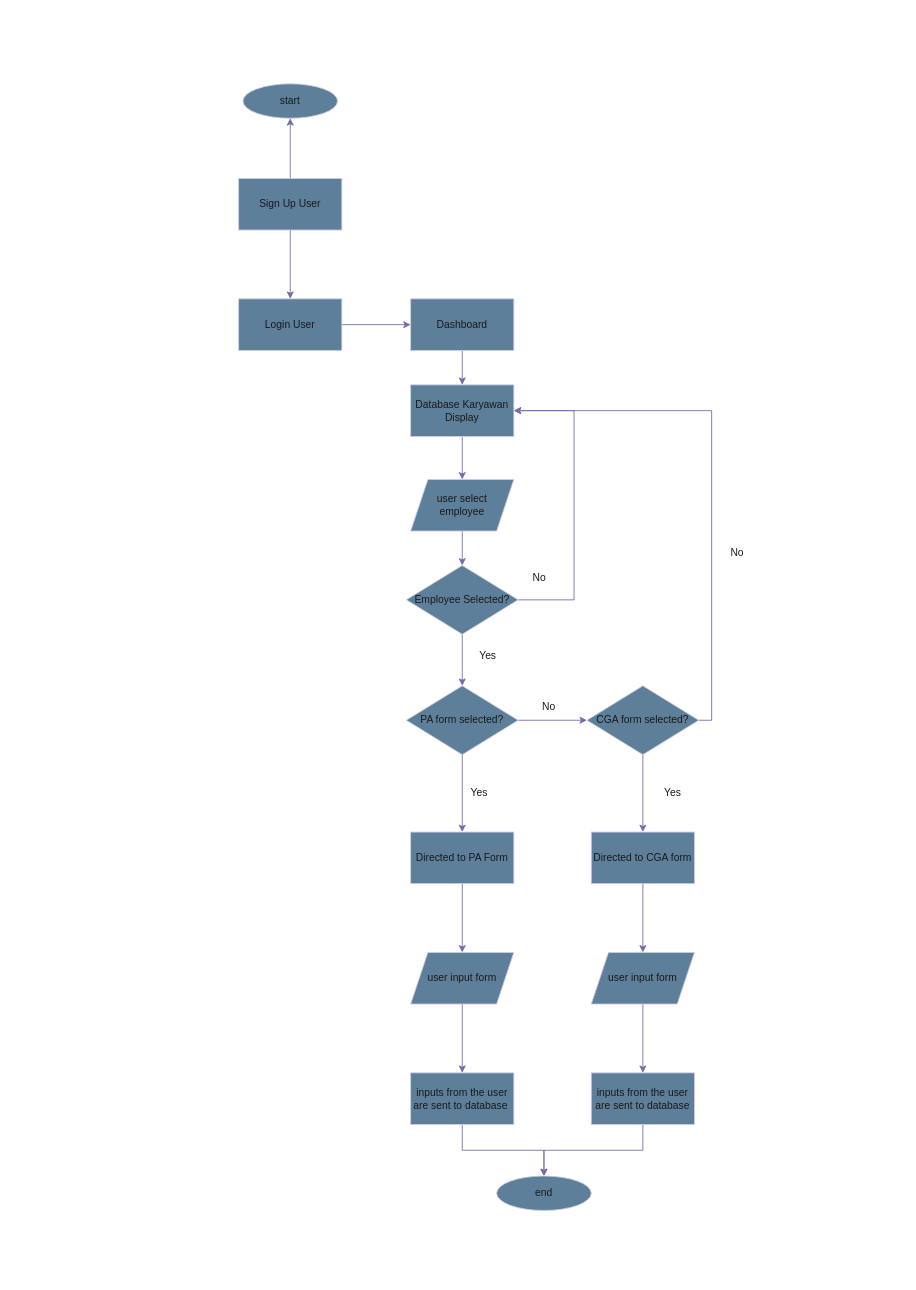
Earlier version of the draw.io diagram sistem-diagram.drawio (jezreelkosasih/diagram). Source tidied: cells renumbered, new cells numbered last; positions are measured from the earlier drawing's top-left corner, leaving out a move shared by most shapes. Both pictures are drawn from the tidied source at 86%, with x=0, y=0 at pixel (118, 15).
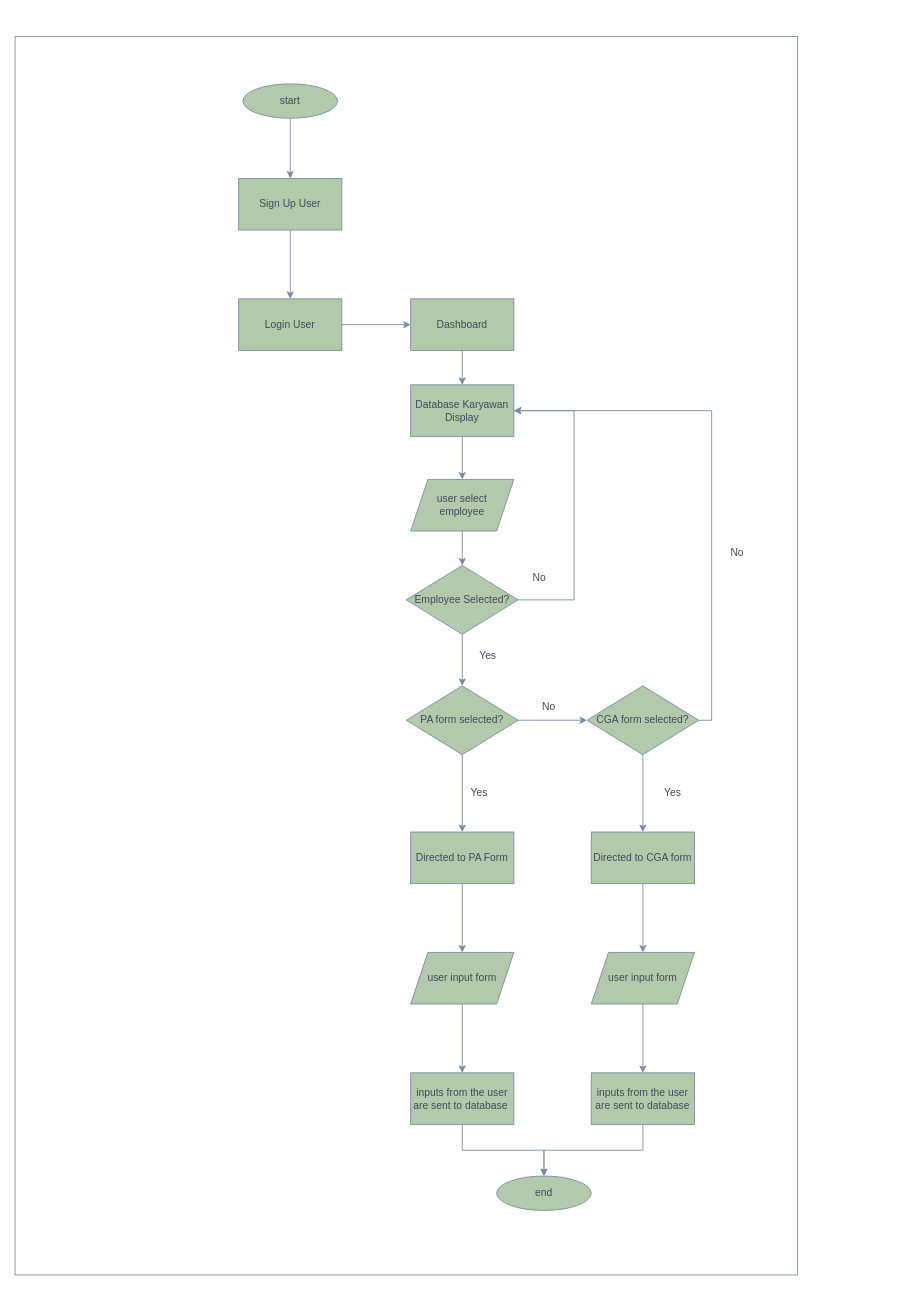
The same page after the edit.

What changed in the source:
```diff
@@
-    <mxCell id="2" style="edgeStyle=orthogonalEdgeStyle;rounded=0;jettySize=auto;html=1;labelBackgroundColor=none;strokeColor=#736CA8;fontColor=default;" parent="1" edge="1" source="4" target="6">
+    <mxCell id="2" style="edgeStyle=orthogonalEdgeStyle;rounded=0;jettySize=auto;html=1;labelBackgroundColor=none;strokeColor=#788AA3;fontColor=default;" parent="1" edge="1" source="4" target="6">
       <mxGeometry relative="1" as="geometry" />
     </mxCell>
-    <mxCell id="3" style="edgeStyle=orthogonalEdgeStyle;rounded=0;jettySize=auto;html=1;labelBackgroundColor=none;strokeColor=#736CA8;fontColor=default;" parent="1" edge="1" source="4" target="32">
-      <mxGeometry relative="1" as="geometry" />
-    </mxCell>
-    <mxCell id="4" value="Sign Up User" style="rounded=0;whiteSpace=wrap;html=1;labelBackgroundColor=none;fillColor=#5D7F99;strokeColor=#D0CEE2;fontColor=#1A1A1A;" parent="1" vertex="1">
+    <mxCell id="4" value="Sign Up User" style="rounded=0;whiteSpace=wrap;html=1;labelBackgroundColor=none;fillColor=#B2C9AB;strokeColor=#788AA3;fontColor=#46495D;" parent="1" vertex="1">
       <mxGeometry x="140" y="190" width="120" height="60" as="geometry" />
     </mxCell>
-    <mxCell id="5" style="edgeStyle=orthogonalEdgeStyle;rounded=0;jettySize=auto;html=1;labelBackgroundColor=none;strokeColor=#736CA8;fontColor=default;" parent="1" edge="1" source="6" target="8">
+    <mxCell id="5" style="edgeStyle=orthogonalEdgeStyle;rounded=0;jettySize=auto;html=1;labelBackgroundColor=none;strokeColor=#788AA3;fontColor=default;" parent="1" edge="1" source="6" target="8">
       <mxGeometry relative="1" as="geometry" />
     </mxCell>
-    <mxCell id="6" value="Login User" style="rounded=0;whiteSpace=wrap;html=1;labelBackgroundColor=none;fillColor=#5D7F99;strokeColor=#D0CEE2;fontColor=#1A1A1A;" parent="1" vertex="1">
+    <mxCell id="6" value="Login User" style="rounded=0;whiteSpace=wrap;html=1;labelBackgroundColor=none;fillColor=#B2C9AB;strokeColor=#788AA3;fontColor=#46495D;" parent="1" vertex="1">
       <mxGeometry x="140" y="330" width="120" height="60" as="geometry" />
     </mxCell>
-    <mxCell id="7" style="edgeStyle=orthogonalEdgeStyle;rounded=0;jettySize=auto;html=1;labelBackgroundColor=none;strokeColor=#736CA8;fontColor=default;" parent="1" edge="1" source="8" target="10">
+    <mxCell id="7" style="edgeStyle=orthogonalEdgeStyle;rounded=0;jettySize=auto;html=1;labelBackgroundColor=none;strokeColor=#788AA3;fontColor=default;" parent="1" edge="1" source="8" target="10">
       <mxGeometry relative="1" as="geometry" />
     </mxCell>
-    <mxCell id="8" value="Dashboard" style="rounded=0;whiteSpace=wrap;html=1;labelBackgroundColor=none;fillColor=#5D7F99;strokeColor=#D0CEE2;fontColor=#1A1A1A;" parent="1" vertex="1">
+    <mxCell id="8" value="Dashboard" style="rounded=0;whiteSpace=wrap;html=1;labelBackgroundColor=none;fillColor=#B2C9AB;strokeColor=#788AA3;fontColor=#46495D;" parent="1" vertex="1">
       <mxGeometry x="340" y="330" width="120" height="60" as="geometry" />
     </mxCell>
-    <mxCell id="9" style="edgeStyle=orthogonalEdgeStyle;rounded=0;jettySize=auto;html=1;labelBackgroundColor=none;strokeColor=#736CA8;fontColor=default;" parent="1" edge="1" source="10" target="35">
+    <mxCell id="9" style="edgeStyle=orthogonalEdgeStyle;rounded=0;jettySize=auto;html=1;labelBackgroundColor=none;strokeColor=#788AA3;fontColor=default;" parent="1" edge="1" source="10" target="35">
       <mxGeometry relative="1" as="geometry" />
     </mxCell>
-    <mxCell id="10" value="Database Karyawan Display" style="rounded=0;whiteSpace=wrap;html=1;labelBackgroundColor=none;fillColor=#5D7F99;strokeColor=#D0CEE2;fontColor=#1A1A1A;" parent="1" vertex="1">
+    <mxCell id="10" value="Database Karyawan Display" style="rounded=0;whiteSpace=wrap;html=1;labelBackgroundColor=none;fillColor=#B2C9AB;strokeColor=#788AA3;fontColor=#46495D;" parent="1" vertex="1">
       <mxGeometry x="340" y="430" width="120" height="60" as="geometry" />
     </mxCell>
-    <mxCell id="11" style="edgeStyle=orthogonalEdgeStyle;rounded=0;jettySize=auto;html=1;labelBackgroundColor=none;strokeColor=#736CA8;fontColor=default;" parent="1" edge="1" source="13" target="16">
+    <mxCell id="11" style="edgeStyle=orthogonalEdgeStyle;rounded=0;jettySize=auto;html=1;labelBackgroundColor=none;strokeColor=#788AA3;fontColor=default;" parent="1" edge="1" source="13" target="16">
       <mxGeometry relative="1" as="geometry" />
     </mxCell>
-    <mxCell id="12" style="edgeStyle=orthogonalEdgeStyle;rounded=0;jettySize=auto;html=1;entryX=1;entryY=0.5;entryDx=0;entryDy=0;labelBackgroundColor=none;strokeColor=#736CA8;fontColor=default;" parent="1" edge="1" source="13" target="10">
+    <mxCell id="12" style="edgeStyle=orthogonalEdgeStyle;rounded=0;jettySize=auto;html=1;entryX=1;entryY=0.5;entryDx=0;entryDy=0;labelBackgroundColor=none;strokeColor=#788AA3;fontColor=default;" parent="1" edge="1" source="13" target="10">
       <mxGeometry relative="1" as="geometry">
         <Array as="points">
           <mxPoint x="530" y="680" />
           <mxPoint x="530" y="460" />
         </Array>
       </mxGeometry>
     </mxCell>
-    <mxCell id="13" value="Employee Selected?" style="rhombus;whiteSpace=wrap;html=1;rounded=0;labelBackgroundColor=none;fillColor=#5D7F99;strokeColor=#D0CEE2;fontColor=#1A1A1A;" parent="1" vertex="1">
+    <mxCell id="13" value="Employee Selected?" style="rhombus;whiteSpace=wrap;html=1;rounded=0;labelBackgroundColor=none;fillColor=#B2C9AB;strokeColor=#788AA3;fontColor=#46495D;" parent="1" vertex="1">
       <mxGeometry x="335" y="640" width="130" height="80" as="geometry" />
     </mxCell>
-    <mxCell id="14" style="edgeStyle=orthogonalEdgeStyle;rounded=0;jettySize=auto;html=1;labelBackgroundColor=none;strokeColor=#736CA8;fontColor=default;" parent="1" edge="1" source="16" target="19">
+    <mxCell id="14" style="edgeStyle=orthogonalEdgeStyle;rounded=0;jettySize=auto;html=1;labelBackgroundColor=none;strokeColor=#788AA3;fontColor=default;" parent="1" edge="1" source="16" target="19">
       <mxGeometry relative="1" as="geometry" />
     </mxCell>
-    <mxCell id="15" style="edgeStyle=orthogonalEdgeStyle;rounded=0;jettySize=auto;html=1;labelBackgroundColor=none;strokeColor=#736CA8;fontColor=default;" parent="1" edge="1" source="16" target="21">
+    <mxCell id="15" style="edgeStyle=orthogonalEdgeStyle;rounded=0;jettySize=auto;html=1;labelBackgroundColor=none;strokeColor=#788AA3;fontColor=default;" parent="1" edge="1" source="16" target="21">
       <mxGeometry relative="1" as="geometry" />
     </mxCell>
-    <mxCell id="16" value="PA form selected?" style="rhombus;whiteSpace=wrap;html=1;rounded=0;labelBackgroundColor=none;fillColor=#5D7F99;strokeColor=#D0CEE2;fontColor=#1A1A1A;" parent="1" vertex="1">
+    <mxCell id="16" value="PA form selected?" style="rhombus;whiteSpace=wrap;html=1;rounded=0;labelBackgroundColor=none;fillColor=#B2C9AB;strokeColor=#788AA3;fontColor=#46495D;" parent="1" vertex="1">
       <mxGeometry x="335" y="780" width="130" height="80" as="geometry" />
     </mxCell>
-    <mxCell id="17" style="edgeStyle=orthogonalEdgeStyle;rounded=0;jettySize=auto;html=1;labelBackgroundColor=none;strokeColor=#736CA8;fontColor=default;" parent="1" edge="1" source="19" target="23">
+    <mxCell id="17" style="edgeStyle=orthogonalEdgeStyle;rounded=0;jettySize=auto;html=1;labelBackgroundColor=none;strokeColor=#788AA3;fontColor=default;" parent="1" edge="1" source="19" target="23">
       <mxGeometry relative="1" as="geometry" />
     </mxCell>
-    <mxCell id="18" style="edgeStyle=orthogonalEdgeStyle;rounded=0;jettySize=auto;html=1;entryX=1;entryY=0.5;entryDx=0;entryDy=0;labelBackgroundColor=none;strokeColor=#736CA8;fontColor=default;" parent="1" edge="1" source="19" target="10">
+    <mxCell id="18" style="edgeStyle=orthogonalEdgeStyle;rounded=0;jettySize=auto;html=1;entryX=1;entryY=0.5;entryDx=0;entryDy=0;labelBackgroundColor=none;strokeColor=#788AA3;fontColor=default;" parent="1" edge="1" source="19" target="10">
       <mxGeometry relative="1" as="geometry">
         <Array as="points">
           <mxPoint x="690" y="820" />
           <mxPoint x="690" y="460" />
         </Array>
       </mxGeometry>
     </mxCell>
-    <mxCell id="19" value="CGA form selected?" style="rhombus;whiteSpace=wrap;html=1;rounded=0;labelBackgroundColor=none;fillColor=#5D7F99;strokeColor=#D0CEE2;fontColor=#1A1A1A;" parent="1" vertex="1">
+    <mxCell id="19" value="CGA form selected?" style="rhombus;whiteSpace=wrap;html=1;rounded=0;labelBackgroundColor=none;fillColor=#B2C9AB;strokeColor=#788AA3;fontColor=#46495D;" parent="1" vertex="1">
       <mxGeometry x="545" y="780" width="130" height="80" as="geometry" />
     </mxCell>
-    <mxCell id="20" style="edgeStyle=orthogonalEdgeStyle;rounded=0;jettySize=auto;html=1;labelBackgroundColor=none;strokeColor=#736CA8;fontColor=default;" parent="1" edge="1" source="21" target="25">
+    <mxCell id="20" style="edgeStyle=orthogonalEdgeStyle;rounded=0;jettySize=auto;html=1;labelBackgroundColor=none;strokeColor=#788AA3;fontColor=default;" parent="1" edge="1" source="21" target="25">
       <mxGeometry relative="1" as="geometry" />
     </mxCell>
-    <mxCell id="21" value="Directed to PA Form" style="whiteSpace=wrap;html=1;rounded=0;labelBackgroundColor=none;fillColor=#5D7F99;strokeColor=#D0CEE2;fontColor=#1A1A1A;" parent="1" vertex="1">
+    <mxCell id="21" value="Directed to PA Form" style="whiteSpace=wrap;html=1;rounded=0;labelBackgroundColor=none;fillColor=#B2C9AB;strokeColor=#788AA3;fontColor=#46495D;" parent="1" vertex="1">
       <mxGeometry x="340" y="950" width="120" height="60" as="geometry" />
     </mxCell>
-    <mxCell id="22" style="edgeStyle=orthogonalEdgeStyle;rounded=0;jettySize=auto;html=1;labelBackgroundColor=none;strokeColor=#736CA8;fontColor=default;" parent="1" edge="1" source="23" target="27">
+    <mxCell id="22" style="edgeStyle=orthogonalEdgeStyle;rounded=0;jettySize=auto;html=1;labelBackgroundColor=none;strokeColor=#788AA3;fontColor=default;" parent="1" edge="1" source="23" target="27">
       <mxGeometry relative="1" as="geometry" />
     </mxCell>
-    <mxCell id="23" value="Directed to CGA form" style="whiteSpace=wrap;html=1;rounded=0;labelBackgroundColor=none;fillColor=#5D7F99;strokeColor=#D0CEE2;fontColor=#1A1A1A;" parent="1" vertex="1">
+    <mxCell id="23" value="Directed to CGA form" style="whiteSpace=wrap;html=1;rounded=0;labelBackgroundColor=none;fillColor=#B2C9AB;strokeColor=#788AA3;fontColor=#46495D;" parent="1" vertex="1">
       <mxGeometry x="550" y="950" width="120" height="60" as="geometry" />
     </mxCell>
-    <mxCell id="24" style="edgeStyle=orthogonalEdgeStyle;rounded=0;jettySize=auto;html=1;labelBackgroundColor=none;strokeColor=#736CA8;fontColor=default;" parent="1" edge="1" source="25" target="29">
+    <mxCell id="24" style="edgeStyle=orthogonalEdgeStyle;rounded=0;jettySize=auto;html=1;labelBackgroundColor=none;strokeColor=#788AA3;fontColor=default;" parent="1" edge="1" source="25" target="29">
       <mxGeometry relative="1" as="geometry" />
     </mxCell>
-    <mxCell id="25" value="user input form" style="shape=parallelogram;perimeter=parallelogramPerimeter;whiteSpace=wrap;html=1;fixedSize=1;rounded=0;labelBackgroundColor=none;fillColor=#5D7F99;strokeColor=#D0CEE2;fontColor=#1A1A1A;" parent="1" vertex="1">
+    <mxCell id="25" value="user input form" style="shape=parallelogram;perimeter=parallelogramPerimeter;whiteSpace=wrap;html=1;fixedSize=1;rounded=0;labelBackgroundColor=none;fillColor=#B2C9AB;strokeColor=#788AA3;fontColor=#46495D;" parent="1" vertex="1">
       <mxGeometry x="340" y="1090" width="120" height="60" as="geometry" />
     </mxCell>
-    <mxCell id="26" style="edgeStyle=orthogonalEdgeStyle;rounded=0;jettySize=auto;html=1;labelBackgroundColor=none;strokeColor=#736CA8;fontColor=default;" parent="1" edge="1" source="27" target="31">
+    <mxCell id="26" style="edgeStyle=orthogonalEdgeStyle;rounded=0;jettySize=auto;html=1;labelBackgroundColor=none;strokeColor=#788AA3;fontColor=default;" parent="1" edge="1" source="27" target="31">
       <mxGeometry relative="1" as="geometry" />
     </mxCell>
-    <mxCell id="27" value="user input form" style="shape=parallelogram;perimeter=parallelogramPerimeter;whiteSpace=wrap;html=1;fixedSize=1;rounded=0;labelBackgroundColor=none;fillColor=#5D7F99;strokeColor=#D0CEE2;fontColor=#1A1A1A;" parent="1" vertex="1">
+    <mxCell id="27" value="user input form" style="shape=parallelogram;perimeter=parallelogramPerimeter;whiteSpace=wrap;html=1;fixedSize=1;rounded=0;labelBackgroundColor=none;fillColor=#B2C9AB;strokeColor=#788AA3;fontColor=#46495D;" parent="1" vertex="1">
       <mxGeometry x="550" y="1090" width="120" height="60" as="geometry" />
     </mxCell>
-    <mxCell id="28" style="edgeStyle=orthogonalEdgeStyle;rounded=0;jettySize=auto;html=1;labelBackgroundColor=none;strokeColor=#736CA8;fontColor=default;" parent="1" edge="1" source="29" target="33">
+    <mxCell id="28" style="edgeStyle=orthogonalEdgeStyle;rounded=0;jettySize=auto;html=1;labelBackgroundColor=none;strokeColor=#788AA3;fontColor=default;" parent="1" edge="1" source="29" target="33">
       <mxGeometry relative="1" as="geometry" />
     </mxCell>
-    <mxCell id="29" value="inputs from the user are sent to database&amp;nbsp;" style="whiteSpace=wrap;html=1;rounded=0;labelBackgroundColor=none;fillColor=#5D7F99;strokeColor=#D0CEE2;fontColor=#1A1A1A;" parent="1" vertex="1">
+    <mxCell id="29" value="inputs from the user are sent to database&amp;nbsp;" style="whiteSpace=wrap;html=1;rounded=0;labelBackgroundColor=none;fillColor=#B2C9AB;strokeColor=#788AA3;fontColor=#46495D;" parent="1" vertex="1">
       <mxGeometry x="340" y="1230" width="120" height="60" as="geometry" />
     </mxCell>
-    <mxCell id="30" style="edgeStyle=orthogonalEdgeStyle;rounded=0;jettySize=auto;html=1;entryX=0.5;entryY=0;entryDx=0;entryDy=0;labelBackgroundColor=none;strokeColor=#736CA8;fontColor=default;" parent="1" edge="1" source="31" target="33">
+    <mxCell id="30" style="edgeStyle=orthogonalEdgeStyle;rounded=0;jettySize=auto;html=1;entryX=0.5;entryY=0;entryDx=0;entryDy=0;labelBackgroundColor=none;strokeColor=#788AA3;fontColor=default;" parent="1" edge="1" source="31" target="33">
       <mxGeometry relative="1" as="geometry" />
     </mxCell>
-    <mxCell id="31" value="inputs from the user are sent to database" style="whiteSpace=wrap;html=1;rounded=0;labelBackgroundColor=none;fillColor=#5D7F99;strokeColor=#D0CEE2;fontColor=#1A1A1A;" parent="1" vertex="1">
+    <mxCell id="31" value="inputs from the user are sent to database" style="whiteSpace=wrap;html=1;rounded=0;labelBackgroundColor=none;fillColor=#B2C9AB;strokeColor=#788AA3;fontColor=#46495D;" parent="1" vertex="1">
       <mxGeometry x="550" y="1230" width="120" height="60" as="geometry" />
     </mxCell>
+    <mxCell id="43" style="edgeStyle=orthogonalEdgeStyle;rounded=0;jettySize=auto;html=1;labelBackgroundColor=none;strokeColor=#788AA3;fontColor=default;" parent="1" edge="1" source="32" target="4">
+      <mxGeometry relative="1" as="geometry" />
+    </mxCell>
-    <mxCell id="32" value="start" style="ellipse;whiteSpace=wrap;html=1;rounded=0;labelBackgroundColor=none;fillColor=#5D7F99;strokeColor=#D0CEE2;fontColor=#1A1A1A;" parent="1" vertex="1">
+    <mxCell id="32" value="start" style="ellipse;whiteSpace=wrap;html=1;rounded=0;labelBackgroundColor=none;fillColor=#B2C9AB;strokeColor=#788AA3;fontColor=#46495D;" parent="1" vertex="1">
       <mxGeometry x="145" y="80" width="110" height="40" as="geometry" />
     </mxCell>
-    <mxCell id="33" value="end" style="ellipse;whiteSpace=wrap;html=1;rounded=0;labelBackgroundColor=none;fillColor=#5D7F99;strokeColor=#D0CEE2;fontColor=#1A1A1A;" parent="1" vertex="1">
+    <mxCell id="33" value="end" style="ellipse;whiteSpace=wrap;html=1;rounded=0;labelBackgroundColor=none;fillColor=#B2C9AB;strokeColor=#788AA3;fontColor=#46495D;" parent="1" vertex="1">
       <mxGeometry x="440" y="1350" width="110" height="40" as="geometry" />
     </mxCell>
-    <mxCell id="34" style="edgeStyle=orthogonalEdgeStyle;rounded=0;jettySize=auto;html=1;labelBackgroundColor=none;strokeColor=#736CA8;fontColor=default;" parent="1" edge="1" source="35" target="13">
+    <mxCell id="34" style="edgeStyle=orthogonalEdgeStyle;rounded=0;jettySize=auto;html=1;labelBackgroundColor=none;strokeColor=#788AA3;fontColor=default;" parent="1" edge="1" source="35" target="13">
       <mxGeometry relative="1" as="geometry" />
     </mxCell>
-    <mxCell id="35" value="user select &lt;br&gt;employee" style="shape=parallelogram;perimeter=parallelogramPerimeter;whiteSpace=wrap;html=1;fixedSize=1;rounded=0;labelBackgroundColor=none;fillColor=#5D7F99;strokeColor=#D0CEE2;fontColor=#1A1A1A;" parent="1" vertex="1">
+    <mxCell id="35" value="user select &lt;br&gt;employee" style="shape=parallelogram;perimeter=parallelogramPerimeter;whiteSpace=wrap;html=1;fixedSize=1;rounded=0;labelBackgroundColor=none;fillColor=#B2C9AB;strokeColor=#788AA3;fontColor=#46495D;" parent="1" vertex="1">
       <mxGeometry x="340" y="540" width="120" height="60" as="geometry" />
     </mxCell>
-    <mxCell id="36" value="No" style="text;html=1;strokeColor=none;fillColor=none;align=center;verticalAlign=middle;whiteSpace=wrap;rounded=0;labelBackgroundColor=none;fontColor=#1A1A1A;" parent="1" vertex="1">
+    <mxCell id="36" value="No" style="text;html=1;strokeColor=none;fillColor=none;align=center;verticalAlign=middle;whiteSpace=wrap;rounded=0;labelBackgroundColor=none;fontColor=#46495D;" parent="1" vertex="1">
       <mxGeometry x="460" y="640" width="60" height="30" as="geometry" />
     </mxCell>
-    <mxCell id="37" value="Yes" style="text;html=1;strokeColor=none;fillColor=none;align=center;verticalAlign=middle;whiteSpace=wrap;rounded=0;labelBackgroundColor=none;fontColor=#1A1A1A;" parent="1" vertex="1">
+    <mxCell id="37" value="Yes" style="text;html=1;strokeColor=none;fillColor=none;align=center;verticalAlign=middle;whiteSpace=wrap;rounded=0;labelBackgroundColor=none;fontColor=#46495D;" parent="1" vertex="1">
       <mxGeometry x="400" y="730" width="60" height="30" as="geometry" />
     </mxCell>
-    <mxCell id="38" value="Yes" style="text;html=1;strokeColor=none;fillColor=none;align=center;verticalAlign=middle;whiteSpace=wrap;rounded=0;labelBackgroundColor=none;fontColor=#1A1A1A;" parent="1" vertex="1">
+    <mxCell id="38" value="Yes" style="text;html=1;strokeColor=none;fillColor=none;align=center;verticalAlign=middle;whiteSpace=wrap;rounded=0;labelBackgroundColor=none;fontColor=#46495D;" parent="1" vertex="1">
       <mxGeometry x="390" y="890" width="60" height="30" as="geometry" />
     </mxCell>
-    <mxCell id="39" value="No" style="text;html=1;strokeColor=none;fillColor=none;align=center;verticalAlign=middle;whiteSpace=wrap;rounded=0;labelBackgroundColor=none;fontColor=#1A1A1A;" parent="1" vertex="1">
+    <mxCell id="39" value="No" style="text;html=1;strokeColor=none;fillColor=none;align=center;verticalAlign=middle;whiteSpace=wrap;rounded=0;labelBackgroundColor=none;fontColor=#46495D;" parent="1" vertex="1">
       <mxGeometry x="471" y="790" width="60" height="30" as="geometry" />
     </mxCell>
-    <mxCell id="40" value="Yes" style="text;html=1;strokeColor=none;fillColor=none;align=center;verticalAlign=middle;whiteSpace=wrap;rounded=0;labelBackgroundColor=none;fontColor=#1A1A1A;" parent="1" vertex="1">
+    <mxCell id="40" value="Yes" style="text;html=1;strokeColor=none;fillColor=none;align=center;verticalAlign=middle;whiteSpace=wrap;rounded=0;labelBackgroundColor=none;fontColor=#46495D;" parent="1" vertex="1">
       <mxGeometry x="615" y="890" width="60" height="30" as="geometry" />
     </mxCell>
-    <mxCell id="41" value="No" style="text;html=1;strokeColor=none;fillColor=none;align=center;verticalAlign=middle;whiteSpace=wrap;rounded=0;labelBackgroundColor=none;fontColor=#1A1A1A;" parent="1" vertex="1">
+    <mxCell id="41" value="No" style="text;html=1;strokeColor=none;fillColor=none;align=center;verticalAlign=middle;whiteSpace=wrap;rounded=0;labelBackgroundColor=none;fontColor=#46495D;" parent="1" vertex="1">
       <mxGeometry x="690" y="610" width="60" height="30" as="geometry" />
     </mxCell>
-    <mxCell id="42" style="rounded=0;whiteSpace=wrap;html=1;strokeColor=#FFFFFF;fontColor=#1A1A1A;fillColor=none;" parent="1" vertex="1">
-      <mxGeometry width="910" height="1440" as="geometry" />
+    <mxCell id="42" style="rounded=0;whiteSpace=wrap;html=1;strokeColor=#788AA3;fontColor=#46495D;fillColor=none;labelBackgroundColor=none;" parent="1" vertex="1">
+      <mxGeometry x="-120" y="25" width="910" height="1440" as="geometry" />
     </mxCell>
```
